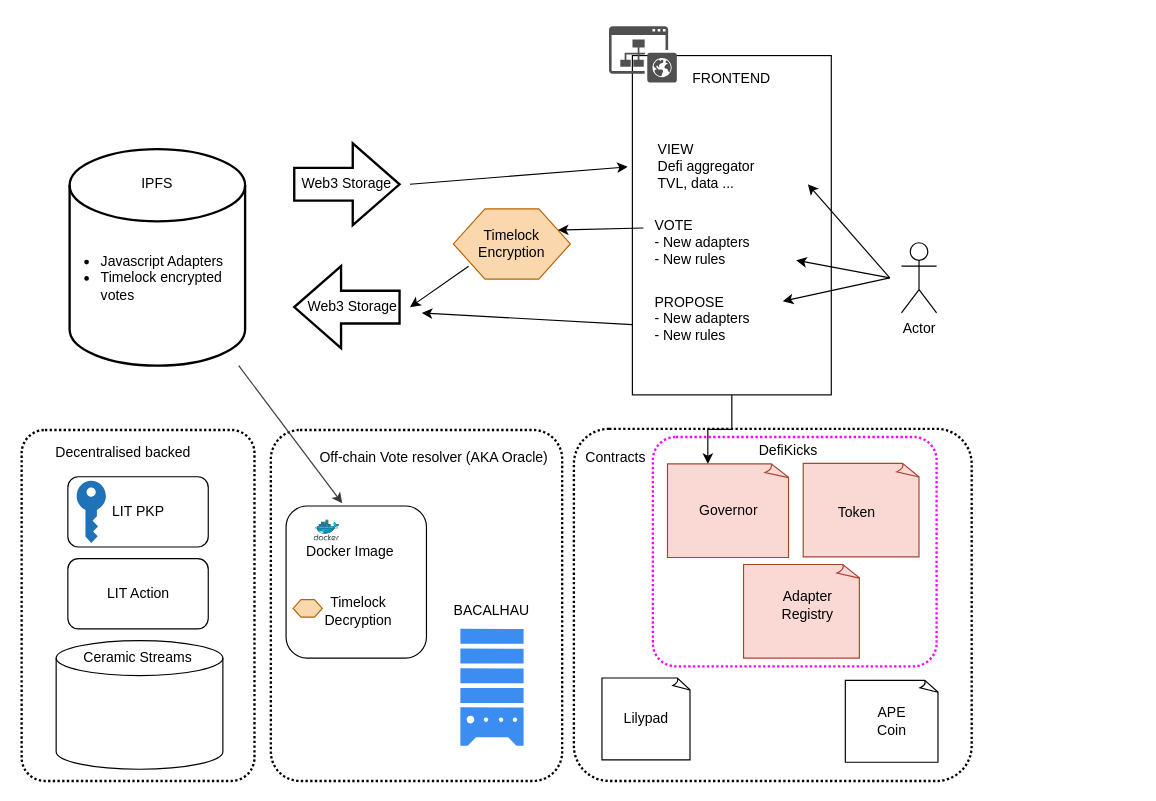
Earlier version of the draw.io diagram DefiKick.drawio (md0x/defikicks). Source tidied: cells renumbered, new cells numbered last; positions are measured from the earlier drawing's top-left corner, leaving out a move shared by most shapes. Both pictures are drawn from the tidied source at 117%, with x=0, y=0 at pixel (21, 26).
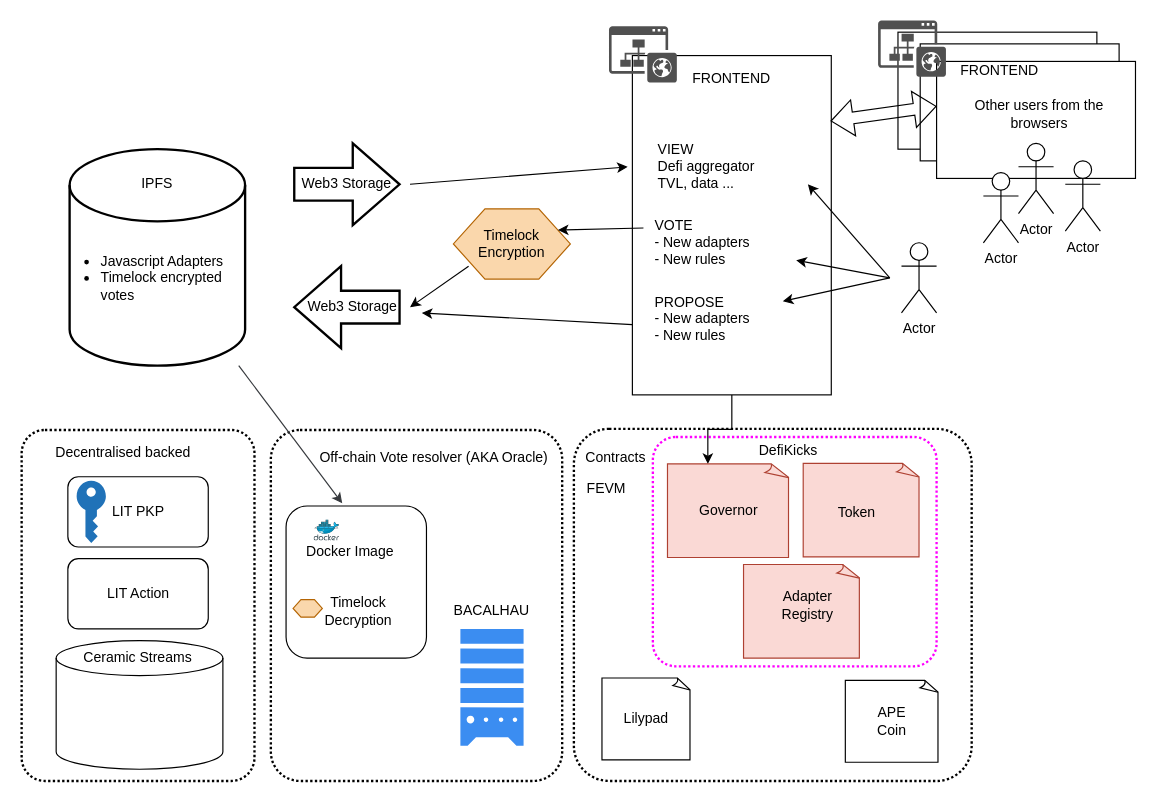
The same diagram, later.

Unchanged cells that the change refers to:
```xml
<mxCell id="6" value="&lt;div style=&quot;border-color: var(--border-color); color: rgb(0, 0, 0); font-family: Helvetica; font-size: 12px; font-style: normal; font-variant-ligatures: normal; font-variant-caps: normal; font-weight: 400; letter-spacing: normal; orphans: 2; text-indent: 0px; text-transform: none; widows: 2; word-spacing: 0px; -webkit-text-stroke-width: 0px; background-color: rgb(251, 251, 251); text-decoration-thickness: initial; text-decoration-style: initial; text-decoration-color: initial; text-align: left;&quot;&gt;&lt;br&gt;&lt;/div&gt;" style="rounded=0;whiteSpace=wrap;html=1;" parent="1" vertex="1">
  <mxGeometry x="522" y="25" width="170" height="290" as="geometry" />
</mxCell>
```

The edit, as a diff of the source:
```diff
@@
+    <mxCell id="61" value="&lt;div style=&quot;border-color: var(--border-color); color: rgb(0, 0, 0); font-family: Helvetica; font-size: 12px; font-style: normal; font-variant-ligatures: normal; font-variant-caps: normal; font-weight: 400; letter-spacing: normal; orphans: 2; text-indent: 0px; text-transform: none; widows: 2; word-spacing: 0px; -webkit-text-stroke-width: 0px; background-color: rgb(251, 251, 251); text-decoration-thickness: initial; text-decoration-style: initial; text-decoration-color: initial; text-align: left;&quot;&gt;&lt;br&gt;&lt;/div&gt;" style="rounded=0;whiteSpace=wrap;html=1;" parent="1" vertex="1">
+      <mxGeometry x="749" y="5" width="170" height="100" as="geometry" />
+    </mxCell>
+    <mxCell id="62" value="&lt;div style=&quot;border-color: var(--border-color); color: rgb(0, 0, 0); font-family: Helvetica; font-size: 12px; font-style: normal; font-variant-ligatures: normal; font-variant-caps: normal; font-weight: 400; letter-spacing: normal; orphans: 2; text-indent: 0px; text-transform: none; widows: 2; word-spacing: 0px; -webkit-text-stroke-width: 0px; background-color: rgb(251, 251, 251); text-decoration-thickness: initial; text-decoration-style: initial; text-decoration-color: initial; text-align: left;&quot;&gt;&lt;br&gt;&lt;/div&gt;" style="rounded=0;whiteSpace=wrap;html=1;" parent="1" vertex="1">
+      <mxGeometry x="768" y="15" width="170" height="100" as="geometry" />
+    </mxCell>
+    <mxCell id="63" value="&lt;div style=&quot;border-color: var(--border-color); color: rgb(0, 0, 0); font-family: Helvetica; font-size: 12px; font-style: normal; font-variant-ligatures: normal; font-variant-caps: normal; font-weight: 400; letter-spacing: normal; orphans: 2; text-indent: 0px; text-transform: none; widows: 2; word-spacing: 0px; -webkit-text-stroke-width: 0px; background-color: rgb(251, 251, 251); text-decoration-thickness: initial; text-decoration-style: initial; text-decoration-color: initial; text-align: left;&quot;&gt;&lt;br&gt;&lt;/div&gt;" style="rounded=0;whiteSpace=wrap;html=1;" parent="1" vertex="1">
+      <mxGeometry x="782" y="30" width="170" height="100" as="geometry" />
+    </mxCell>
@@
+    <mxCell id="64" value="FEVM" style="text;html=1;strokeColor=none;fillColor=none;align=center;verticalAlign=middle;whiteSpace=wrap;rounded=0;" parent="1" vertex="1">
+      <mxGeometry x="470" y="380" width="60" height="30" as="geometry" />
+    </mxCell>
+    <mxCell id="65" style="sketch=0;shadow=0;dashed=0;html=1;strokeColor=none;fillColor=#505050;labelPosition=center;verticalLabelPosition=bottom;verticalAlign=top;align=center;shape=mxgraph.office.sites.website_public;" parent="1" vertex="1">
+      <mxGeometry x="732" y="-5" width="58" height="48" as="geometry" />
+    </mxCell>
+    <mxCell id="66" value="FRONTEND" style="text;html=1;strokeColor=none;fillColor=none;align=center;verticalAlign=middle;whiteSpace=wrap;rounded=0;" parent="1" vertex="1">
+      <mxGeometry x="756.3" y="23" width="160" height="30" as="geometry" />
+    </mxCell>
+    <mxCell id="67" value="Actor" style="shape=umlActor;verticalLabelPosition=bottom;verticalAlign=top;html=1;" parent="1" vertex="1">
+      <mxGeometry x="852" y="100" width="30" height="60" as="geometry" />
+    </mxCell>
+    <mxCell id="68" value="Actor" style="shape=umlActor;verticalLabelPosition=bottom;verticalAlign=top;html=1;" parent="1" vertex="1">
+      <mxGeometry x="892" y="115" width="30" height="60" as="geometry" />
+    </mxCell>
+    <mxCell id="69" value="Actor" style="shape=umlActor;verticalLabelPosition=bottom;verticalAlign=top;html=1;" parent="1" vertex="1">
+      <mxGeometry x="822" y="125" width="30" height="60" as="geometry" />
+    </mxCell>
+    <mxCell id="70" value="Other users from the browsers" style="text;html=1;strokeColor=none;fillColor=none;align=center;verticalAlign=middle;whiteSpace=wrap;rounded=0;" parent="1" vertex="1">
+      <mxGeometry x="790" y="60" width="160" height="30" as="geometry" />
+    </mxCell>
+    <mxCell id="71" style="shape=flexArrow;endArrow=classic;startArrow=classic;html=1;rounded=0;exitX=0.996;exitY=0.193;exitDx=0;exitDy=0;exitPerimeter=0;entryX=0;entryY=0.383;entryDx=0;entryDy=0;entryPerimeter=0;" parent="1" edge="1" source="6" target="63">
+      <mxGeometry relative="1" as="geometry" />
+    </mxCell>
```
